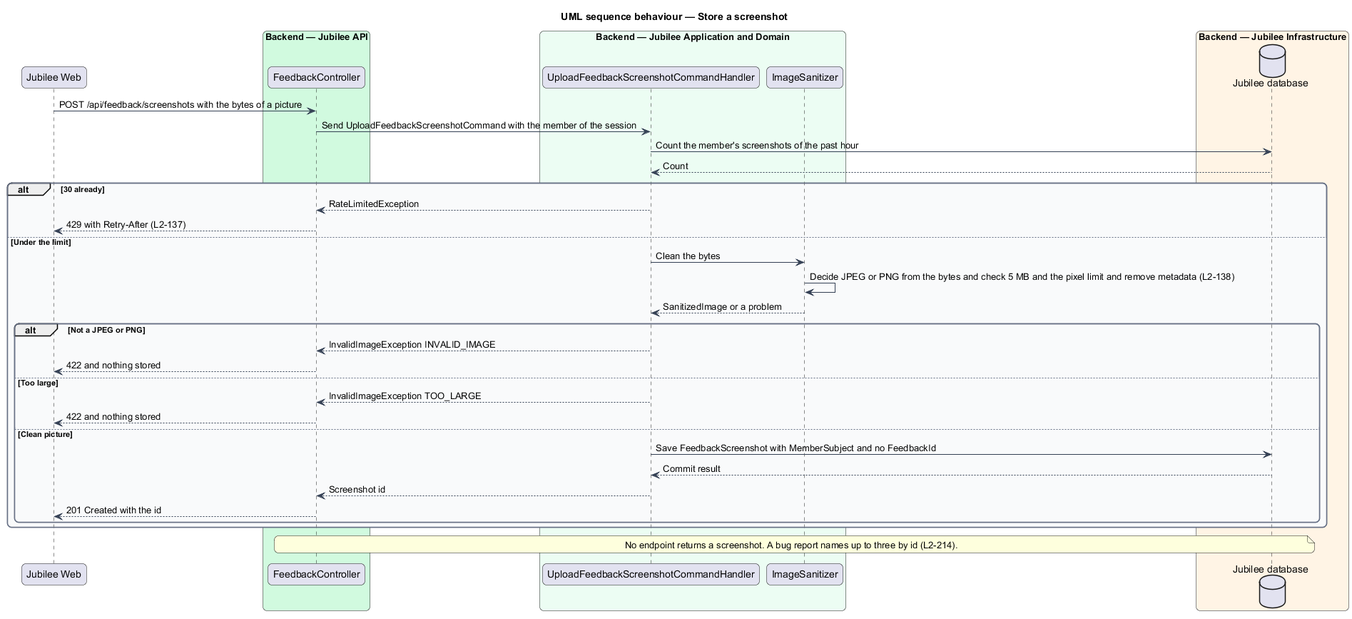
Above: docs/detailed-designs/feedback/receive-and-store-feedback/diagrams/sequence-store-screenshot.png in QuinntyneBrown/jubilee (PlantUML), before the change. The source it was exported from:
```plantuml
@startuml
title UML sequence behaviour — Store a screenshot
skinparam backgroundColor #FFFFFF
skinparam shadowing false
skinparam roundcorner 12
skinparam defaultFontName Arial
skinparam ArrowColor #344054
skinparam rectangle {
  BorderColor #344054
  FontColor #101828
}
skinparam package {
  BorderColor #667085
  FontColor #101828
  BackgroundColor #F9FAFB
}
participant "Jubilee Web" as web
box "Backend — Jubilee API" #D1FADF
  participant "FeedbackController" as controller
end box
box "Backend — Jubilee Application and Domain" #ECFDF3
  participant "UploadFeedbackScreenshotCommandHandler" as handler
  participant "ImageSanitizer" as sanitizer
end box
box "Backend — Jubilee Infrastructure" #FFF4E5
  database "Jubilee database" as db
end box
web -> controller : POST /api/feedback/screenshots with the bytes of a picture
controller -> handler : Send UploadFeedbackScreenshotCommand with the member of the session
handler -> db : Count the member's screenshots of the past hour
db --> handler : Count
alt 30 already
  handler --> controller : RateLimitedException
  controller --> web : 429 with Retry-After (L2-137)
else Under the limit
  handler -> sanitizer : Clean the bytes
  sanitizer -> sanitizer : Decide JPEG or PNG from the bytes and check 5 MB and the pixel limit and remove metadata (L2-138)
  sanitizer --> handler : SanitizedImage or a problem
  alt Not a JPEG or PNG
    handler --> controller : InvalidImageException INVALID_IMAGE
    controller --> web : 422 and nothing stored
  else Too large
    handler --> controller : InvalidImageException TOO_LARGE
    controller --> web : 422 and nothing stored
  else Clean picture
    handler -> db : Save FeedbackScreenshot with MemberSubject and no FeedbackId
    db --> handler : Commit result
    handler --> controller : Screenshot id
    controller --> web : 201 Created with the id
  end
end
note over controller, db : No endpoint returns a screenshot. A bug report names up to three by id (L2-214).
@enduml
```
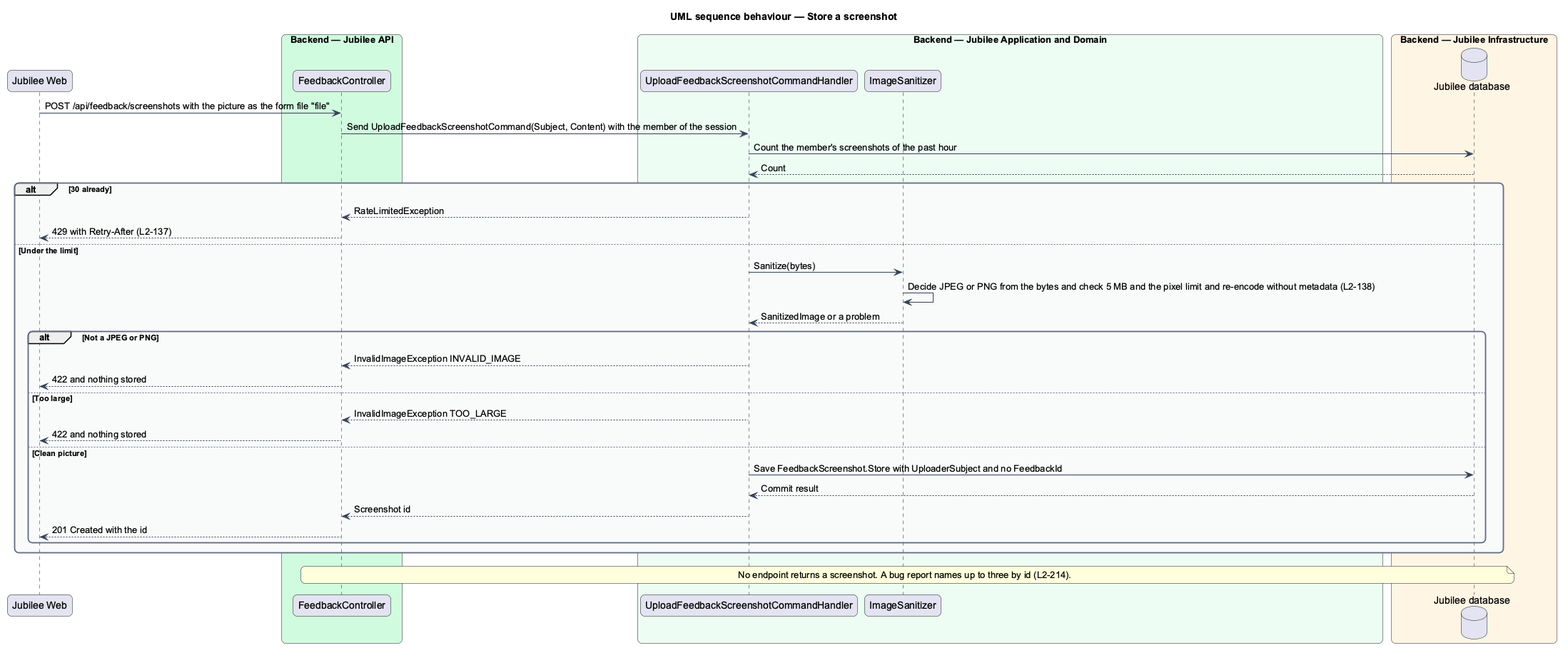
The same file after the commit.

What changed in the source:
```diff
@@ -25,16 +25,16 @@
 box "Backend — Jubilee Infrastructure" #FFF4E5
   database "Jubilee database" as db
 end box
-web -> controller : POST /api/feedback/screenshots with the bytes of a picture
-controller -> handler : Send UploadFeedbackScreenshotCommand with the member of the session
+web -> controller : POST /api/feedback/screenshots with the picture as the form file "file"
+controller -> handler : Send UploadFeedbackScreenshotCommand(Subject, Content) with the member of the session
 handler -> db : Count the member's screenshots of the past hour
 db --> handler : Count
 alt 30 already
   handler --> controller : RateLimitedException
   controller --> web : 429 with Retry-After (L2-137)
 else Under the limit
-  handler -> sanitizer : Clean the bytes
-  sanitizer -> sanitizer : Decide JPEG or PNG from the bytes and check 5 MB and the pixel limit and remove metadata (L2-138)
+  handler -> sanitizer : Sanitize(bytes)
+  sanitizer -> sanitizer : Decide JPEG or PNG from the bytes and check 5 MB and the pixel limit and re-encode without metadata (L2-138)
   sanitizer --> handler : SanitizedImage or a problem
   alt Not a JPEG or PNG
     handler --> controller : InvalidImageException INVALID_IMAGE
@@ -43,7 +43,7 @@
     handler --> controller : InvalidImageException TOO_LARGE
     controller --> web : 422 and nothing stored
   else Clean picture
-    handler -> db : Save FeedbackScreenshot with MemberSubject and no FeedbackId
+    handler -> db : Save FeedbackScreenshot.Store with UploaderSubject and no FeedbackId
     db --> handler : Commit result
     handler --> controller : Screenshot id
     controller --> web : 201 Created with the id
```
